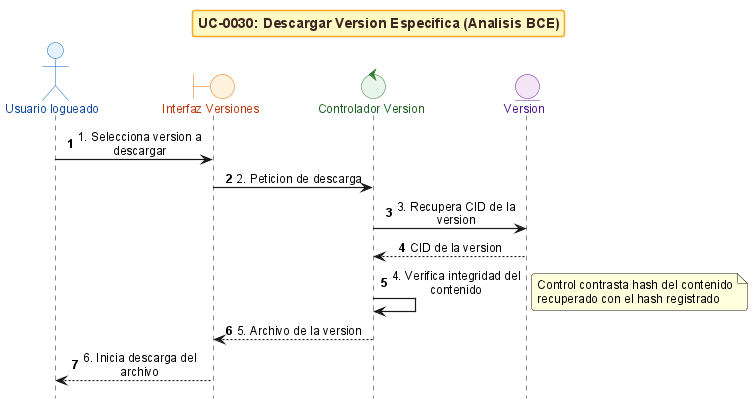
Above: anexos/diagramas/seq-bce-uc0030-download-version.png in ErDeivih/DocumentChain (PlantUML), before the change.
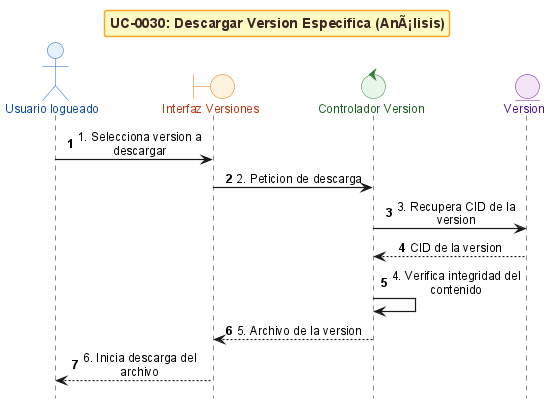
The same file after the commit.

The edit, as a diff of the source:
```diff
@@ -1,7 +1,7 @@
 @startuml
 !include _sequence-bce-style.puml
 
-title UC-0030: Descargar Version Especifica (Analisis BCE)
+title UC-0030: Descargar Version Especifica (AnÃ¡lisis)
 
 actor "Usuario logueado" as Actor
 boundary "Interfaz Versiones" as BF
@@ -16,7 +16,6 @@
 
 
 CV -> CV : 4. Verifica integridad del contenido
-note right : Control contrasta hash del contenido recuperado con el hash registrado
 
 CV --> BF : 5. Archivo de la version
 BF --> Actor : 6. Inicia descarga del archivo
```
